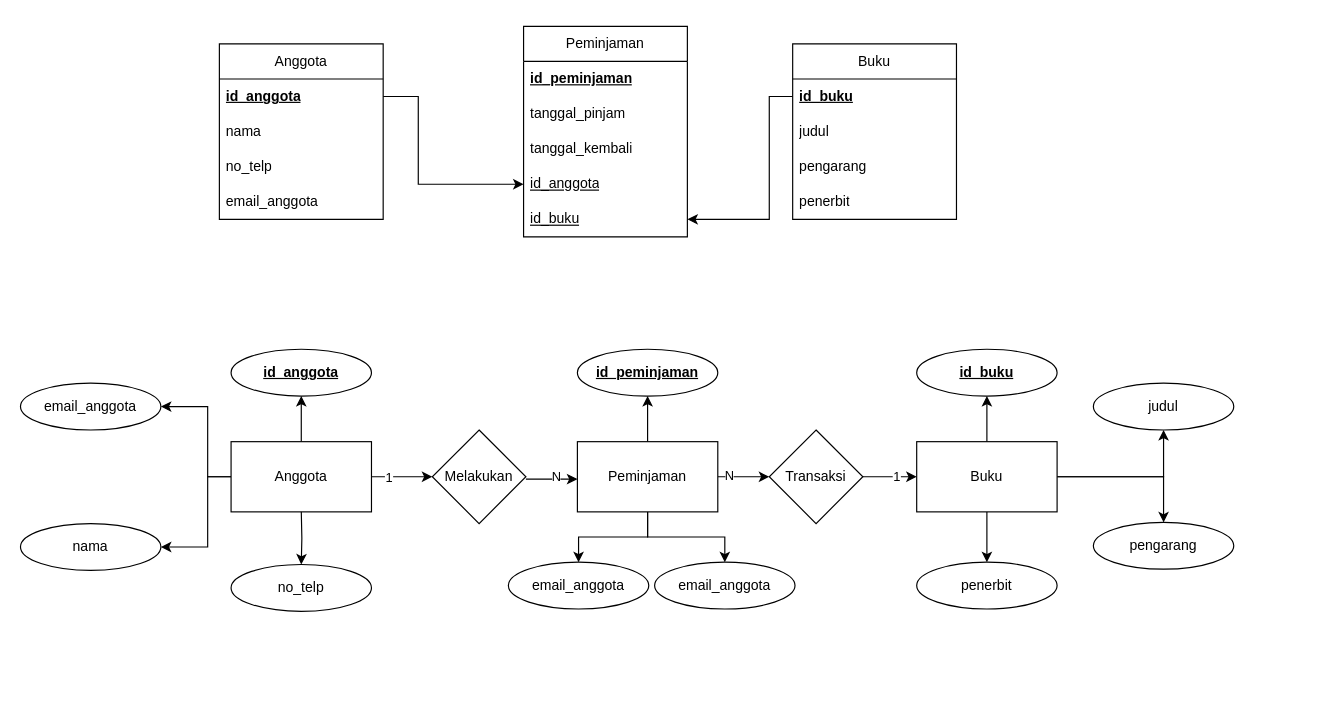
Before: erd.drawio in alimlum/Final-SIsdig---Seven-Segment-Display, a draw.io diagram. Source tidied: cells renumbered, new cells numbered last; positions are measured from the earlier drawing's top-left corner, leaving out a move shared by most shapes. Both pictures are drawn from the tidied source at 117%, with x=0, y=0 at pixel (20, 26).
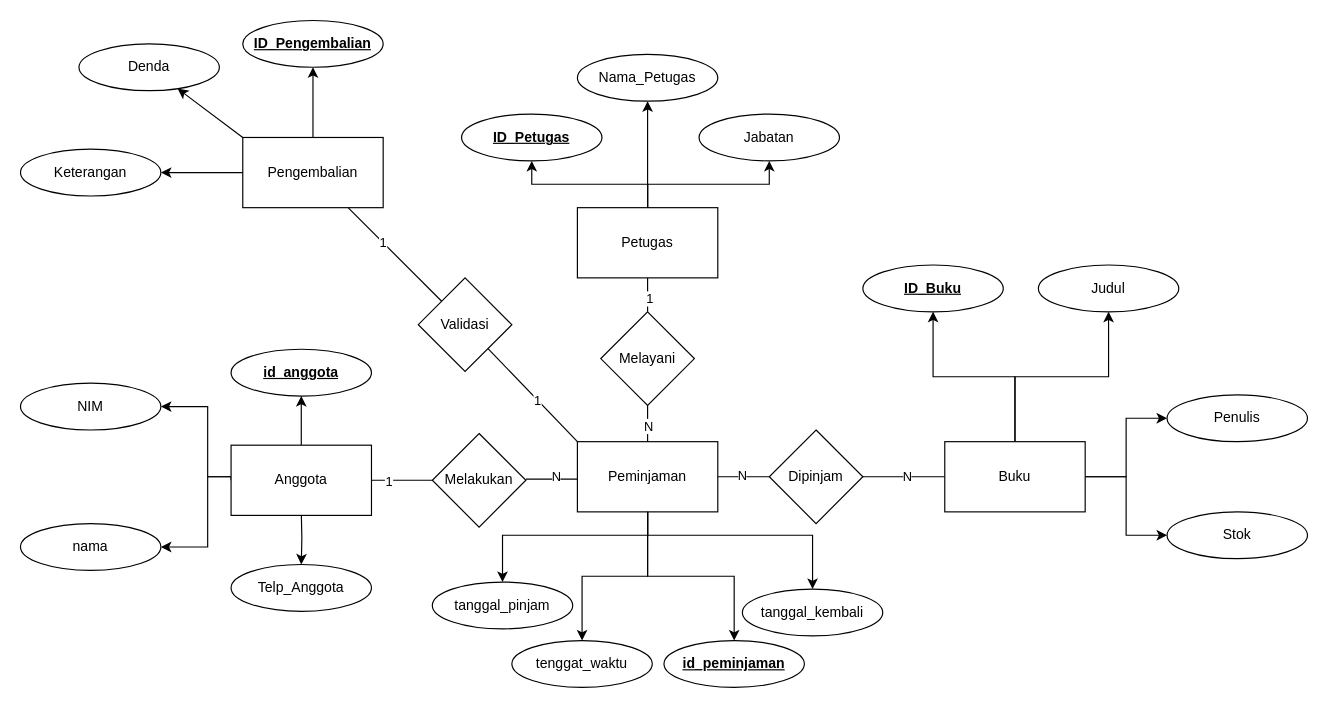
After the change.

The change refers to these unchanged cells:
```xml
<mxCell id="32" value="Peminjaman" style="rounded=0;whiteSpace=wrap;html=1;" parent="1" vertex="1">
  <mxGeometry x="476" y="355" width="120" height="60" as="geometry" />
</mxCell>
```

The edit, as a diff of the source:
```diff
@@
-    <mxCell id="2" style="edgeStyle=orthogonalEdgeStyle;rounded=0;jettySize=auto;html=1;entryX=0;entryY=0.5;entryDx=0;entryDy=0;exitX=1;exitY=0.5;exitDx=0;exitDy=0;" parent="1" edge="1" source="4" target="17">
-      <mxGeometry relative="1" as="geometry">
-        <Array as="points">
-          <mxPoint x="340" y="60" />
-          <mxPoint x="340" y="135" />
-        </Array>
-      </mxGeometry>
-    </mxCell>
-    <mxCell id="3" value="Anggota" style="swimlane;fontStyle=0;horizontal=1;startSize=30;whiteSpace=wrap;html=1;" parent="1" vertex="1">
-      <mxGeometry x="170" y="15" width="140" height="150" as="geometry" />
-    </mxCell>
-    <mxCell id="4" value="&lt;u&gt;&lt;b&gt;id_anggota&lt;/b&gt;&lt;/u&gt;" style="text;strokeColor=none;fillColor=none;align=left;verticalAlign=middle;spacingLeft=4;spacingRight=4;overflow=hidden;points=[[0,0.5],[1,0.5]];portConstraint=eastwest;whiteSpace=wrap;html=1;" parent="3" vertex="1">
-      <mxGeometry y="30" width="140" height="30" as="geometry" />
-    </mxCell>
-    <mxCell id="5" value="nama" style="text;strokeColor=none;fillColor=none;align=left;verticalAlign=middle;spacingLeft=4;spacingRight=4;overflow=hidden;whiteSpace=wrap;html=1;" parent="3" vertex="1">
-      <mxGeometry y="60" width="140" height="30" as="geometry" />
-    </mxCell>
-    <mxCell id="6" value="no_telp" style="text;strokeColor=none;fillColor=none;align=left;verticalAlign=middle;spacingLeft=4;spacingRight=4;overflow=hidden;whiteSpace=wrap;html=1;" parent="3" vertex="1">
-      <mxGeometry y="90" width="140" height="30" as="geometry" />
-    </mxCell>
-    <mxCell id="7" value="email_anggota" style="text;strokeColor=none;fillColor=none;align=left;verticalAlign=middle;spacingLeft=4;spacingRight=4;overflow=hidden;whiteSpace=wrap;html=1;" parent="3" vertex="1">
-      <mxGeometry y="120" width="140" height="30" as="geometry" />
-    </mxCell>
-    <mxCell id="8" value="Buku" style="swimlane;fontStyle=0;horizontal=1;startSize=30;whiteSpace=wrap;html=1;" parent="1" vertex="1">
-      <mxGeometry x="660" y="15" width="140" height="150" as="geometry" />
-    </mxCell>
-    <mxCell id="9" value="&lt;u&gt;&lt;b&gt;id_buku&lt;/b&gt;&lt;/u&gt;" style="text;strokeColor=none;fillColor=none;align=left;verticalAlign=middle;spacingLeft=4;spacingRight=4;overflow=hidden;points=[[0,0.5],[1,0.5]];portConstraint=eastwest;whiteSpace=wrap;html=1;" parent="8" vertex="1">
-      <mxGeometry y="30" width="140" height="30" as="geometry" />
-    </mxCell>
-    <mxCell id="10" value="judul" style="text;strokeColor=none;fillColor=none;align=left;verticalAlign=middle;spacingLeft=4;spacingRight=4;overflow=hidden;whiteSpace=wrap;html=1;" parent="8" vertex="1">
-      <mxGeometry y="60" width="140" height="30" as="geometry" />
-    </mxCell>
-    <mxCell id="11" value="pengarang" style="text;strokeColor=none;fillColor=none;align=left;verticalAlign=middle;spacingLeft=4;spacingRight=4;overflow=hidden;whiteSpace=wrap;html=1;" parent="8" vertex="1">
-      <mxGeometry y="90" width="140" height="30" as="geometry" />
-    </mxCell>
-    <mxCell id="12" value="penerbit" style="text;strokeColor=none;fillColor=none;align=left;verticalAlign=middle;spacingLeft=4;spacingRight=4;overflow=hidden;whiteSpace=wrap;html=1;" parent="8" vertex="1">
-      <mxGeometry y="120" width="140" height="30" as="geometry" />
-    </mxCell>
-    <mxCell id="13" value="Peminjaman" style="swimlane;fontStyle=0;horizontal=1;startSize=30;whiteSpace=wrap;html=1;" parent="1" vertex="1">
-      <mxGeometry x="430" width="140" height="180" as="geometry" />
-    </mxCell>
-    <mxCell id="14" value="&lt;u&gt;&lt;b&gt;id_peminjaman&lt;/b&gt;&lt;/u&gt;" style="text;strokeColor=none;fillColor=none;align=left;verticalAlign=middle;spacingLeft=4;spacingRight=4;overflow=hidden;whiteSpace=wrap;html=1;" parent="13" vertex="1">
-      <mxGeometry y="30" width="140" height="30" as="geometry" />
-    </mxCell>
-    <mxCell id="15" value="tanggal_pinjam" style="text;strokeColor=none;fillColor=none;align=left;verticalAlign=middle;spacingLeft=4;spacingRight=4;overflow=hidden;whiteSpace=wrap;html=1;" parent="13" vertex="1">
-      <mxGeometry y="60" width="140" height="30" as="geometry" />
-    </mxCell>
-    <mxCell id="16" value="tanggal_kembali" style="text;strokeColor=none;fillColor=none;align=left;verticalAlign=middle;spacingLeft=4;spacingRight=4;overflow=hidden;whiteSpace=wrap;html=1;" parent="13" vertex="1">
-      <mxGeometry y="90" width="140" height="30" as="geometry" />
-    </mxCell>
-    <mxCell id="17" value="&lt;u&gt;id_anggota&lt;/u&gt;" style="text;strokeColor=none;fillColor=none;align=left;verticalAlign=middle;spacingLeft=4;spacingRight=4;overflow=hidden;points=[[0,0.5],[1,0.5]];portConstraint=eastwest;whiteSpace=wrap;html=1;" parent="13" vertex="1">
-      <mxGeometry y="120" width="140" height="30" as="geometry" />
-    </mxCell>
-    <mxCell id="18" value="&lt;u&gt;id_buku&lt;/u&gt;" style="text;strokeColor=none;fillColor=none;align=left;verticalAlign=middle;spacingLeft=4;spacingRight=4;overflow=hidden;points=[[0,0.5],[1,0.5]];portConstraint=eastwest;whiteSpace=wrap;html=1;" parent="13" vertex="1">
-      <mxGeometry y="150" width="140" height="30" as="geometry" />
-    </mxCell>
-    <mxCell id="19" style="edgeStyle=orthogonalEdgeStyle;rounded=0;jettySize=auto;html=1;entryX=1;entryY=0.5;entryDx=0;entryDy=0;exitX=0;exitY=0.5;exitDx=0;exitDy=0;" parent="1" edge="1" source="9" target="18">
-      <mxGeometry relative="1" as="geometry">
-        <Array as="points">
-          <mxPoint x="640" y="60" />
-          <mxPoint x="640" y="165" />
-        </Array>
-      </mxGeometry>
-    </mxCell>
@@
-    <mxCell id="24" style="edgeStyle=orthogonalEdgeStyle;rounded=0;jettySize=auto;html=1;" parent="1" edge="1" source="26" target="45">
+    <mxCell id="24" style="edgeStyle=orthogonalEdgeStyle;rounded=0;jettySize=auto;html=1;endArrow=none;endFill=0;" parent="1" edge="1" source="26" target="45">
       <mxGeometry relative="1" as="geometry" />
     </mxCell>
@@
     <mxCell id="26" value="Anggota" style="rounded=0;whiteSpace=wrap;html=1;" parent="1" vertex="1">
-      <mxGeometry x="180" y="355" width="120" height="60" as="geometry" />
+      <mxGeometry x="180" y="358" width="120" height="60" as="geometry" />
     </mxCell>
-    <mxCell id="27" style="edgeStyle=orthogonalEdgeStyle;rounded=0;jettySize=auto;html=1;" parent="1" edge="1" source="32" target="42">
-      <mxGeometry relative="1" as="geometry" />
-    </mxCell>
+    <mxCell id="30" style="edgeStyle=orthogonalEdgeStyle;rounded=0;jettySize=auto;html=1;endArrow=none;endFill=0;" parent="1" edge="1" source="32" target="50">
+      <mxGeometry relative="1" as="geometry" />
+    </mxCell>
+    <mxCell id="31" value="N" style="edgeLabel;html=1;align=center;verticalAlign=middle;" parent="30" vertex="1">
+      <mxGeometry x="-0.59" y="2" relative="1" as="geometry">
+        <mxPoint x="11" as="offset" />
+      </mxGeometry>
+    </mxCell>
-    <mxCell id="28" style="edgeStyle=orthogonalEdgeStyle;rounded=0;jettySize=auto;html=1;" parent="1" edge="1" source="32" target="47">
-      <mxGeometry relative="1" as="geometry" />
+    <mxCell id="28" style="edgeStyle=orthogonalEdgeStyle;rounded=0;jettySize=auto;html=1;entryX=0.5;entryY=0;entryDx=0;entryDy=0;" parent="1" edge="1" source="32" target="47">
+      <mxGeometry relative="1" as="geometry">
+        <Array as="points">
+          <mxPoint x="536" y="435" />
+          <mxPoint x="412" y="435" />
+        </Array>
+      </mxGeometry>
     </mxCell>
     <mxCell id="29" style="edgeStyle=orthogonalEdgeStyle;rounded=0;jettySize=auto;html=1;entryX=0.5;entryY=0;entryDx=0;entryDy=0;" parent="1" edge="1" source="32" target="46">
-      <mxGeometry relative="1" as="geometry" />
+      <mxGeometry relative="1" as="geometry">
+        <Array as="points">
+          <mxPoint x="536" y="435" />
+          <mxPoint x="677" y="435" />
+        </Array>
+      </mxGeometry>
     </mxCell>
-    <mxCell id="30" style="edgeStyle=orthogonalEdgeStyle;rounded=0;jettySize=auto;html=1;" parent="1" edge="1" source="32" target="50">
-      <mxGeometry relative="1" as="geometry" />
-    </mxCell>
-    <mxCell id="31" value="N" style="edgeLabel;html=1;align=center;verticalAlign=middle;" parent="30" vertex="1">
-      <mxGeometry x="-0.59" y="2" relative="1" as="geometry" />
-    </mxCell>
+    <mxCell id="27" style="edgeStyle=orthogonalEdgeStyle;rounded=0;jettySize=auto;html=1;entryX=0.5;entryY=0;entryDx=0;entryDy=0;" parent="1" edge="1" source="32" target="42">
+      <mxGeometry relative="1" as="geometry" />
+    </mxCell>
@@
-    <mxCell id="33" style="edgeStyle=orthogonalEdgeStyle;rounded=0;jettySize=auto;html=1;" parent="1" edge="1" source="37" target="53">
-      <mxGeometry relative="1" as="geometry" />
-    </mxCell>
-    <mxCell id="34" style="edgeStyle=orthogonalEdgeStyle;rounded=0;jettySize=auto;html=1;" parent="1" edge="1" source="37" target="54">
-      <mxGeometry relative="1" as="geometry" />
-    </mxCell>
-    <mxCell id="35" style="edgeStyle=orthogonalEdgeStyle;rounded=0;jettySize=auto;html=1;entryX=0.5;entryY=0;entryDx=0;entryDy=0;" parent="1" edge="1" source="37" target="52">
-      <mxGeometry relative="1" as="geometry" />
-    </mxCell>
-    <mxCell id="36" style="edgeStyle=orthogonalEdgeStyle;rounded=0;jettySize=auto;html=1;exitX=1;exitY=0.5;exitDx=0;exitDy=0;entryX=0.5;entryY=1;entryDx=0;entryDy=0;" parent="1" edge="1" source="37" target="51">
-      <mxGeometry relative="1" as="geometry" />
-    </mxCell>
-    <mxCell id="37" value="Buku" style="rounded=0;whiteSpace=wrap;html=1;" parent="1" vertex="1">
-      <mxGeometry x="766" y="355" width="120" height="60" as="geometry" />
-    </mxCell>
-    <mxCell id="38" value="email_anggota" style="ellipse;whiteSpace=wrap;html=1;" parent="1" vertex="1">
+    <mxCell id="38" value="NIM" style="ellipse;whiteSpace=wrap;html=1;" parent="1" vertex="1">
       <mxGeometry y="305" width="120" height="40" as="geometry" />
     </mxCell>
@@
-    <mxCell id="40" value="no_telp" style="ellipse;whiteSpace=wrap;html=1;" parent="1" vertex="1">
+    <mxCell id="40" value="Telp_Anggota" style="ellipse;whiteSpace=wrap;html=1;" parent="1" vertex="1">
       <mxGeometry x="180" y="460" width="120" height="40" as="geometry" />
     </mxCell>
@@
     <mxCell id="42" value="&lt;b&gt;&lt;u&gt;id_peminjaman&lt;/u&gt;&lt;/b&gt;" style="ellipse;whiteSpace=wrap;html=1;" parent="1" vertex="1">
-      <mxGeometry x="476" y="276" width="120" height="40" as="geometry" />
+      <mxGeometry x="550" y="525" width="120" height="40" as="geometry" />
     </mxCell>
-    <mxCell id="43" style="edgeStyle=orthogonalEdgeStyle;rounded=0;orthogonalLoop=1;jettySize=auto;html=1;" parent="1" edge="1">
+    <mxCell id="43" style="edgeStyle=orthogonalEdgeStyle;rounded=0;orthogonalLoop=1;jettySize=auto;html=1;endArrow=none;endFill=0;" parent="1" edge="1">
       <mxGeometry relative="1" as="geometry">
         <mxPoint x="432" y="387" as="sourcePoint" />
         <mxPoint x="476" y="387" as="targetPoint" />
       </mxGeometry>
     </mxCell>
@@
     <mxCell id="45" value="Melakukan" style="rhombus;whiteSpace=wrap;html=1;" parent="1" vertex="1">
-      <mxGeometry x="352" y="345" width="80" height="80" as="geometry" />
+      <mxGeometry x="352" y="348" width="80" height="80" as="geometry" />
     </mxCell>
-    <mxCell id="46" value="email_anggota" style="ellipse;whiteSpace=wrap;html=1;" parent="1" vertex="1">
-      <mxGeometry x="542" y="458" width="120" height="40" as="geometry" />
+    <mxCell id="46" value="tanggal_kembali" style="ellipse;whiteSpace=wrap;html=1;" parent="1" vertex="1">
+      <mxGeometry x="617" y="481" width="120" height="40" as="geometry" />
     </mxCell>
-    <mxCell id="47" value="email_anggota" style="ellipse;whiteSpace=wrap;html=1;" parent="1" vertex="1">
-      <mxGeometry x="417" y="458" width="120" height="40" as="geometry" />
+    <mxCell id="47" value="tanggal_pinjam" style="ellipse;whiteSpace=wrap;html=1;" parent="1" vertex="1">
+      <mxGeometry x="352" y="475" width="120" height="40" as="geometry" />
     </mxCell>
-    <mxCell id="48" style="edgeStyle=orthogonalEdgeStyle;rounded=0;jettySize=auto;html=1;" parent="1" edge="1" source="50" target="37">
-      <mxGeometry relative="1" as="geometry" />
+    <mxCell id="48" style="edgeStyle=orthogonalEdgeStyle;rounded=0;jettySize=auto;html=1;endArrow=none;endFill=0;" parent="1" edge="1" source="50">
+      <mxGeometry relative="1" as="geometry">
+        <mxPoint x="790" y="385" as="targetPoint" />
+      </mxGeometry>
     </mxCell>
-    <mxCell id="49" value="1" style="edgeLabel;html=1;align=center;verticalAlign=middle;" parent="48" vertex="1">
+    <mxCell id="49" value="N" style="edgeLabel;html=1;align=center;verticalAlign=middle;" parent="48" vertex="1">
       <mxGeometry x="0.37" y="1" relative="1" as="geometry">
-        <mxPoint x="-4" as="offset" />
+        <mxPoint x="-10" as="offset" />
       </mxGeometry>
     </mxCell>
-    <mxCell id="50" value="Transaksi" style="rhombus;whiteSpace=wrap;html=1;" parent="1" vertex="1">
+    <mxCell id="50" value="Dipinjam" style="rhombus;whiteSpace=wrap;html=1;" parent="1" vertex="1">
       <mxGeometry x="640" y="345" width="80" height="80" as="geometry" />
     </mxCell>
-    <mxCell id="51" value="judul" style="ellipse;whiteSpace=wrap;html=1;" parent="1" vertex="1">
-      <mxGeometry x="917" y="305" width="120" height="40" as="geometry" />
-    </mxCell>
-    <mxCell id="52" value="pengarang" style="ellipse;whiteSpace=wrap;html=1;" parent="1" vertex="1">
-      <mxGeometry x="917" y="424" width="120" height="40" as="geometry" />
-    </mxCell>
-    <mxCell id="53" value="&lt;b&gt;&lt;u&gt;id_buku&lt;/u&gt;&lt;/b&gt;" style="ellipse;whiteSpace=wrap;html=1;" parent="1" vertex="1">
-      <mxGeometry x="766" y="276" width="120" height="40" as="geometry" />
-    </mxCell>
-    <mxCell id="54" value="penerbit" style="ellipse;whiteSpace=wrap;html=1;" parent="1" vertex="1">
-      <mxGeometry x="766" y="458" width="120" height="40" as="geometry" />
-    </mxCell>
+    <mxCell id="55" style="rounded=0;jettySize=auto;html=1;entryX=0.5;entryY=1;entryDx=0;entryDy=0;edgeStyle=orthogonalEdgeStyle;startArrow=classic;startFill=1;endArrow=none;endFill=0;" parent="1" edge="1" source="56" target="32">
+      <mxGeometry relative="1" as="geometry" />
+    </mxCell>
+    <mxCell id="56" value="tenggat_waktu" style="ellipse;whiteSpace=wrap;html=1;" parent="1" vertex="1">
+      <mxGeometry x="420" y="525" width="120" height="40" as="geometry" />
+    </mxCell>
+    <mxCell id="57" style="edgeStyle=orthogonalEdgeStyle;rounded=0;jettySize=auto;html=1;entryX=0.5;entryY=0;entryDx=0;entryDy=0;endArrow=none;endFill=0;" parent="1" edge="1" source="59" target="68">
+      <mxGeometry relative="1" as="geometry" />
+    </mxCell>
+    <mxCell id="58" value="1" style="edgeLabel;html=1;align=center;verticalAlign=middle;" parent="57" vertex="1">
+      <mxGeometry x="-0.08" y="-1" relative="1" as="geometry" />
+    </mxCell>
+    <mxCell id="59" value="Petugas" style="rounded=0;whiteSpace=wrap;html=1;" parent="1" vertex="1">
+      <mxGeometry x="476" y="155" width="120" height="60" as="geometry" />
+    </mxCell>
+    <mxCell id="60" style="edgeStyle=orthogonalEdgeStyle;rounded=0;jettySize=auto;html=1;entryX=0.5;entryY=0;entryDx=0;entryDy=0;startArrow=classic;startFill=1;endArrow=none;endFill=0;" parent="1" edge="1" source="61" target="59">
+      <mxGeometry relative="1" as="geometry" />
+    </mxCell>
+    <mxCell id="61" value="&lt;b&gt;&lt;u&gt;ID_Petugas&lt;/u&gt;&lt;/b&gt;" style="ellipse;whiteSpace=wrap;html=1;" parent="1" vertex="1">
+      <mxGeometry x="377" y="75" width="120" height="40" as="geometry" />
+    </mxCell>
+    <mxCell id="62" style="edgeStyle=orthogonalEdgeStyle;rounded=0;jettySize=auto;html=1;entryX=0.5;entryY=0;entryDx=0;entryDy=0;startArrow=classic;startFill=1;endArrow=none;endFill=0;" parent="1" edge="1" source="63" target="59">
+      <mxGeometry relative="1" as="geometry" />
+    </mxCell>
+    <mxCell id="63" value="Nama_Petugas" style="ellipse;whiteSpace=wrap;html=1;" parent="1" vertex="1">
+      <mxGeometry x="476" y="24" width="120" height="40" as="geometry" />
+    </mxCell>
+    <mxCell id="64" style="edgeStyle=orthogonalEdgeStyle;rounded=0;jettySize=auto;html=1;entryX=0.5;entryY=0;entryDx=0;entryDy=0;startArrow=classic;startFill=1;endArrow=none;endFill=0;" parent="1" edge="1" source="65" target="59">
+      <mxGeometry relative="1" as="geometry" />
+    </mxCell>
+    <mxCell id="65" value="Jabatan" style="ellipse;whiteSpace=wrap;html=1;" parent="1" vertex="1">
+      <mxGeometry x="580" y="75" width="120" height="40" as="geometry" />
+    </mxCell>
+    <mxCell id="66" style="edgeStyle=orthogonalEdgeStyle;rounded=0;jettySize=auto;html=1;entryX=0.5;entryY=0;entryDx=0;entryDy=0;endArrow=none;endFill=0;" parent="1" edge="1" source="68" target="32">
+      <mxGeometry relative="1" as="geometry" />
+    </mxCell>
+    <mxCell id="67" value="N" style="edgeLabel;html=1;align=center;verticalAlign=middle;" parent="66" vertex="1">
+      <mxGeometry x="-0.05" relative="1" as="geometry" />
+    </mxCell>
+    <mxCell id="68" value="Melayani" style="rhombus;whiteSpace=wrap;html=1;" parent="1" vertex="1">
+      <mxGeometry x="496" y="244" width="80" height="80" as="geometry" />
+    </mxCell>
+    <mxCell id="37" value="Buku" style="rounded=0;whiteSpace=wrap;html=1;" parent="1" vertex="1">
+      <mxGeometry x="790" y="355" width="120" height="60" as="geometry" />
+    </mxCell>
+    <mxCell id="69" style="edgeStyle=orthogonalEdgeStyle;rounded=0;jettySize=auto;html=1;entryX=0.5;entryY=0;entryDx=0;entryDy=0;startArrow=classic;startFill=1;endArrow=none;endFill=0;" parent="1" edge="1" source="70" target="37">
+      <mxGeometry relative="1" as="geometry" />
+    </mxCell>
+    <mxCell id="70" value="&lt;b&gt;&lt;u&gt;ID_Buku&lt;/u&gt;&lt;/b&gt;" style="ellipse;whiteSpace=wrap;html=1;" parent="1" vertex="1">
+      <mxGeometry x="720" y="204" width="120" height="40" as="geometry" />
+    </mxCell>
+    <mxCell id="71" style="edgeStyle=orthogonalEdgeStyle;rounded=0;jettySize=auto;html=1;entryX=0.5;entryY=0;entryDx=0;entryDy=0;startArrow=classic;startFill=1;endArrow=none;endFill=0;" parent="1" edge="1" source="72" target="37">
+      <mxGeometry relative="1" as="geometry" />
+    </mxCell>
+    <mxCell id="72" value="Judul" style="ellipse;whiteSpace=wrap;html=1;" parent="1" vertex="1">
+      <mxGeometry x="870" y="204" width="120" height="40" as="geometry" />
+    </mxCell>
+    <mxCell id="73" style="edgeStyle=orthogonalEdgeStyle;rounded=0;jettySize=auto;html=1;entryX=1;entryY=0.5;entryDx=0;entryDy=0;startArrow=classic;startFill=1;endArrow=none;endFill=0;" parent="1" edge="1" source="74" target="37">
+      <mxGeometry relative="1" as="geometry" />
+    </mxCell>
+    <mxCell id="74" value="Penulis" style="ellipse;whiteSpace=wrap;html=1;" parent="1" vertex="1">
+      <mxGeometry x="980" y="315" width="120" height="40" as="geometry" />
+    </mxCell>
+    <mxCell id="75" style="edgeStyle=orthogonalEdgeStyle;rounded=0;jettySize=auto;html=1;entryX=1;entryY=0.5;entryDx=0;entryDy=0;startArrow=classic;startFill=1;endArrow=none;endFill=0;" parent="1" edge="1" source="76" target="37">
+      <mxGeometry relative="1" as="geometry" />
+    </mxCell>
+    <mxCell id="76" value="Stok" style="ellipse;whiteSpace=wrap;html=1;" parent="1" vertex="1">
+      <mxGeometry x="980" y="415" width="120" height="40" as="geometry" />
+    </mxCell>
+    <mxCell id="77" style="rounded=0;jettySize=auto;html=1;entryX=0;entryY=0;entryDx=0;entryDy=0;endArrow=none;endFill=0;" parent="1" edge="1" source="79" target="82">
+      <mxGeometry relative="1" as="geometry" />
+    </mxCell>
+    <mxCell id="78" value="1" style="edgeLabel;html=1;align=center;verticalAlign=middle;" parent="77" vertex="1">
+      <mxGeometry x="-0.26" relative="1" as="geometry" />
+    </mxCell>
+    <mxCell id="79" value="Pengembalian" style="rounded=0;whiteSpace=wrap;html=1;" parent="1" vertex="1">
+      <mxGeometry x="190" y="95" width="120" height="60" as="geometry" />
+    </mxCell>
+    <mxCell id="80" style="rounded=0;jettySize=auto;html=1;entryX=0;entryY=0;entryDx=0;entryDy=0;endArrow=none;endFill=0;" parent="1" edge="1" source="82" target="32">
+      <mxGeometry relative="1" as="geometry" />
+    </mxCell>
+    <mxCell id="81" value="1" style="edgeLabel;html=1;align=center;verticalAlign=middle;" parent="80" vertex="1">
+      <mxGeometry x="0.1" relative="1" as="geometry" />
+    </mxCell>
+    <mxCell id="82" value="Validasi" style="rhombus;whiteSpace=wrap;html=1;" parent="1" vertex="1">
+      <mxGeometry x="340" y="215" width="80" height="80" as="geometry" />
+    </mxCell>
+    <mxCell id="83" style="edgeStyle=orthogonalEdgeStyle;rounded=0;jettySize=auto;html=1;entryX=0.5;entryY=0;entryDx=0;entryDy=0;startArrow=classic;startFill=1;endArrow=none;endFill=0;" parent="1" edge="1" source="84" target="79">
+      <mxGeometry relative="1" as="geometry" />
+    </mxCell>
+    <mxCell id="84" value="&lt;b&gt;&lt;u&gt;ID_Pengembalian&lt;/u&gt;&lt;/b&gt;" style="ellipse;whiteSpace=wrap;html=1;" parent="1" vertex="1">
+      <mxGeometry x="190" y="-5" width="120" height="40" as="geometry" />
+    </mxCell>
+    <mxCell id="85" style="rounded=0;jettySize=auto;html=1;entryX=0;entryY=0;entryDx=0;entryDy=0;startArrow=classic;startFill=1;endArrow=none;endFill=0;" parent="1" edge="1" source="86" target="79">
+      <mxGeometry relative="1" as="geometry" />
+    </mxCell>
+    <mxCell id="86" value="Denda" style="ellipse;whiteSpace=wrap;html=1;" parent="1" vertex="1">
+      <mxGeometry x="50" y="15" width="120" height="40" as="geometry" />
+    </mxCell>
+    <mxCell id="87" style="edgeStyle=orthogonalEdgeStyle;rounded=0;jettySize=auto;html=1;entryX=0;entryY=0.5;entryDx=0;entryDy=0;startArrow=classic;startFill=1;endArrow=none;endFill=0;" parent="1" edge="1" source="88" target="79">
+      <mxGeometry relative="1" as="geometry" />
+    </mxCell>
+    <mxCell id="88" value="Keterangan" style="ellipse;whiteSpace=wrap;html=1;" parent="1" vertex="1">
+      <mxGeometry y="105" width="120" height="40" as="geometry" />
+    </mxCell>
```
